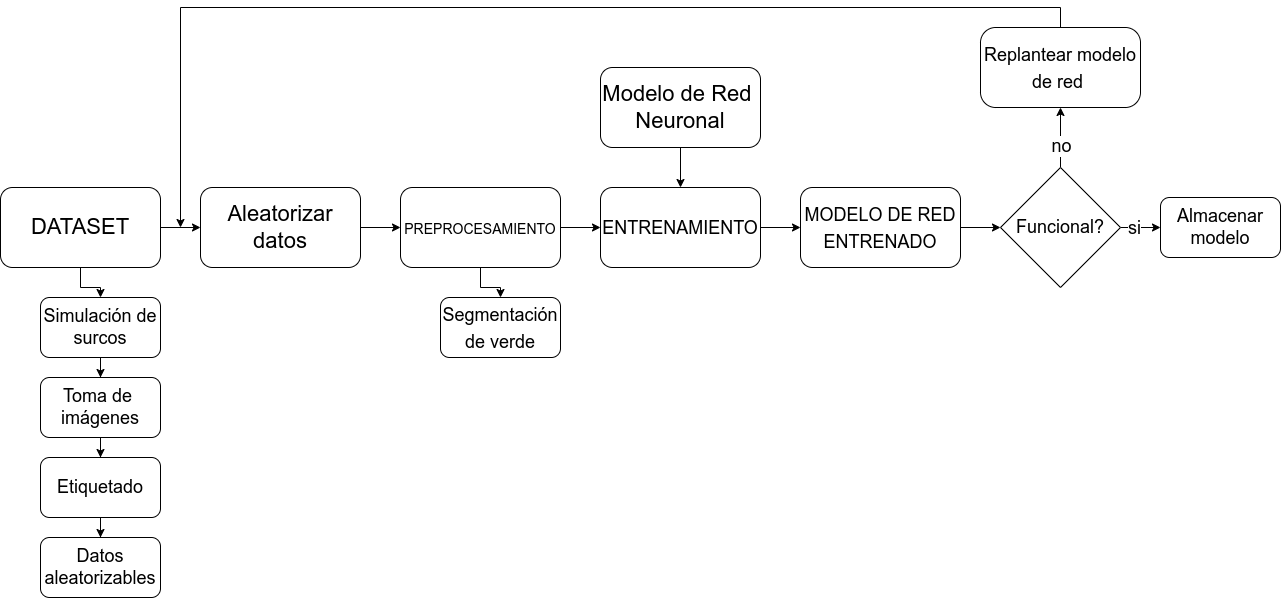
The draw.io diagram DOCUMENT/Untitled_Diagram.png in christiantorres29/DEMETER, before a commit. Source tidied: cells renumbered, new cells last; positions are measured from the earlier drawing's top-left corner, leaving out a move shared by most shapes.
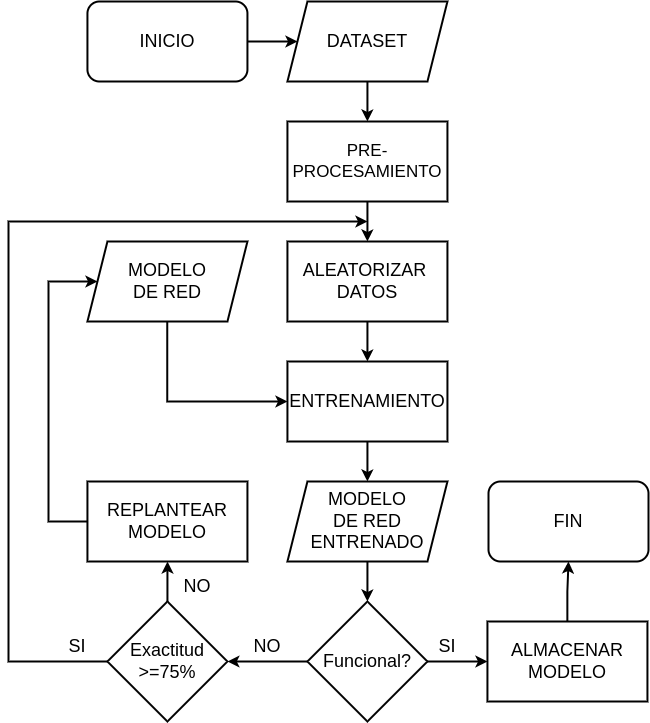
Above is the later version.

The edit, as a diff of the source:
```diff
@@ -2,101 +2,106 @@
   <root>
     <mxCell id="0" />
     <mxCell id="1" parent="0" />
-    <mxCell id="2" style="edgeStyle=orthogonalEdgeStyle;rounded=0;jettySize=auto;html=1;fontSize=18;" parent="1" edge="1" source="4" target="15">
-      <mxGeometry relative="1" as="geometry" />
-    </mxCell>
-    <mxCell id="3" style="edgeStyle=orthogonalEdgeStyle;rounded=0;jettySize=auto;html=1;fontSize=18;" parent="1" edge="1" source="4" target="31">
-      <mxGeometry relative="1" as="geometry" />
-    </mxCell>
+    <mxCell id="32" style="edgeStyle=orthogonalEdgeStyle;rounded=0;jettySize=auto;html=1;strokeWidth=2;fontSize=18;" parent="1" edge="1" source="33" target="4">
+      <mxGeometry relative="1" as="geometry" />
+    </mxCell>
+    <mxCell id="33" value="&lt;font style=&quot;font-size: 18px;&quot;&gt;INICIO&lt;/font&gt;" style="rounded=1;whiteSpace=wrap;html=1;strokeWidth=2;fontSize=18;" parent="1" vertex="1">
+      <mxGeometry x="358.9" y="220" width="160" height="80" as="geometry" />
+    </mxCell>
+    <mxCell id="34" style="edgeStyle=orthogonalEdgeStyle;rounded=0;jettySize=auto;html=1;strokeWidth=2;fontSize=18;" parent="1" edge="1" source="35" target="38">
+      <mxGeometry relative="1" as="geometry" />
+    </mxCell>
+    <mxCell id="35" value="&lt;font style=&quot;font-size: 17px;&quot;&gt;PRE-PROCESAMIENTO&lt;/font&gt;" style="rounded=0;whiteSpace=wrap;html=1;strokeWidth=2;fontSize=15;" parent="1" vertex="1">
+      <mxGeometry x="558.9" y="340" width="160" height="80" as="geometry" />
+    </mxCell>
+    <mxCell id="36" style="edgeStyle=orthogonalEdgeStyle;rounded=0;jettySize=auto;html=1;strokeWidth=2;fontSize=18;" parent="1" edge="1" source="4" target="35">
+      <mxGeometry relative="1" as="geometry" />
+    </mxCell>
-    <mxCell id="4" value="&lt;font style=&quot;font-size: 22px;&quot;&gt;DATASET&lt;/font&gt;" style="rounded=1;whiteSpace=wrap;html=1;" parent="1" vertex="1">
-      <mxGeometry y="180" width="160" height="80" as="geometry" />
+    <mxCell id="4" value="&lt;font style=&quot;font-size: 18px;&quot;&gt;DATASET&lt;/font&gt;" style="shape=parallelogram;perimeter=parallelogramPerimeter;whiteSpace=wrap;html=1;fixedSize=1;strokeWidth=2;fontSize=18;" parent="1" vertex="1">
+      <mxGeometry x="558.9" y="220" width="160" height="80" as="geometry" />
     </mxCell>
-    <mxCell id="5" style="edgeStyle=orthogonalEdgeStyle;rounded=0;jettySize=auto;html=1;fontSize=18;" parent="1" edge="1" source="7" target="11">
-      <mxGeometry relative="1" as="geometry" />
-    </mxCell>
-    <mxCell id="6" style="edgeStyle=orthogonalEdgeStyle;rounded=0;jettySize=auto;html=1;fontSize=18;" parent="1" edge="1" source="7" target="21">
-      <mxGeometry relative="1" as="geometry" />
-    </mxCell>
-    <mxCell id="7" value="&lt;font style=&quot;font-size: 14px;&quot;&gt;PREPROCESAMIENTO&lt;/font&gt;" style="rounded=1;whiteSpace=wrap;html=1;fontSize=22;fontStyle=0;" parent="1" vertex="1">
-      <mxGeometry x="400" y="180" width="160" height="80" as="geometry" />
-    </mxCell>
-    <mxCell id="8" style="edgeStyle=orthogonalEdgeStyle;rounded=0;jettySize=auto;html=1;fontSize=18;" parent="1" edge="1" source="9" target="11">
-      <mxGeometry relative="1" as="geometry" />
-    </mxCell>
-    <mxCell id="9" value="Modelo de Red&amp;nbsp;&lt;br&gt;Neuronal" style="rounded=1;whiteSpace=wrap;html=1;fontSize=22;fontStyle=0;" parent="1" vertex="1">
-      <mxGeometry x="600" y="60" width="160" height="80" as="geometry" />
-    </mxCell>
+    <mxCell id="37" style="edgeStyle=orthogonalEdgeStyle;rounded=0;jettySize=auto;html=1;strokeWidth=2;fontSize=18;" parent="1" edge="1" source="38" target="11">
+      <mxGeometry relative="1" as="geometry" />
+    </mxCell>
+    <mxCell id="38" value="&lt;font style=&quot;font-size: 18px;&quot;&gt;ALEATORIZAR&amp;nbsp;&lt;br style=&quot;font-size: 18px;&quot;&gt;DATOS&lt;br style=&quot;font-size: 18px;&quot;&gt;&lt;/font&gt;" style="rounded=0;whiteSpace=wrap;html=1;strokeWidth=2;fontSize=18;" parent="1" vertex="1">
+      <mxGeometry x="558.9" y="460" width="160" height="80" as="geometry" />
+    </mxCell>
-    <mxCell id="10" style="edgeStyle=orthogonalEdgeStyle;rounded=0;jettySize=auto;html=1;fontSize=18;" parent="1" edge="1" source="11" target="13">
+    <mxCell id="10" style="edgeStyle=orthogonalEdgeStyle;rounded=0;jettySize=auto;html=1;strokeWidth=2;fontSize=18;" parent="1" edge="1" source="11" target="13">
       <mxGeometry relative="1" as="geometry" />
     </mxCell>
-    <mxCell id="11" value="&lt;font style=&quot;font-size: 18px;&quot;&gt;ENTRENAMIENTO&lt;/font&gt;" style="rounded=1;whiteSpace=wrap;html=1;fontSize=22;fontStyle=0;" parent="1" vertex="1">
-      <mxGeometry x="600" y="180" width="160" height="80" as="geometry" />
+    <mxCell id="11" value="&lt;font style=&quot;font-size: 18px;&quot;&gt;ENTRENAMIENTO&lt;/font&gt;" style="whiteSpace=wrap;html=1;rounded=0;strokeWidth=2;fontSize=18;" parent="1" vertex="1">
+      <mxGeometry x="558.9" y="580" width="160" height="80" as="geometry" />
     </mxCell>
+    <mxCell id="39" style="edgeStyle=orthogonalEdgeStyle;rounded=0;jettySize=auto;html=1;entryX=0;entryY=0.5;entryDx=0;entryDy=0;strokeWidth=2;fontSize=18;" parent="1" edge="1" source="40" target="11">
+      <mxGeometry relative="1" as="geometry">
+        <Array as="points">
+          <mxPoint x="438.9" y="620" />
+        </Array>
+      </mxGeometry>
+    </mxCell>
+    <mxCell id="40" value="&lt;font style=&quot;font-size: 18px;&quot;&gt;MODELO&lt;br style=&quot;font-size: 18px;&quot;&gt;DE RED&lt;br style=&quot;font-size: 18px;&quot;&gt;&lt;/font&gt;" style="shape=parallelogram;perimeter=parallelogramPerimeter;whiteSpace=wrap;html=1;fixedSize=1;strokeWidth=2;fontSize=18;" parent="1" vertex="1">
+      <mxGeometry x="358.9" y="460" width="160" height="80" as="geometry" />
+    </mxCell>
-    <mxCell id="12" style="edgeStyle=orthogonalEdgeStyle;rounded=0;jettySize=auto;html=1;fontSize=18;" parent="1" edge="1" source="13" target="26">
+    <mxCell id="12" style="edgeStyle=orthogonalEdgeStyle;rounded=0;jettySize=auto;html=1;strokeWidth=2;fontSize=18;" parent="1" edge="1" source="13" target="26">
       <mxGeometry relative="1" as="geometry" />
     </mxCell>
-    <mxCell id="13" value="&lt;font style=&quot;font-size: 18px;&quot;&gt;MODELO DE RED&lt;br&gt;ENTRENADO&lt;br&gt;&lt;/font&gt;" style="rounded=1;whiteSpace=wrap;html=1;fontSize=22;fontStyle=0;" parent="1" vertex="1">
-      <mxGeometry x="800" y="180" width="160" height="80" as="geometry" />
+    <mxCell id="13" value="&lt;font style=&quot;font-size: 18px;&quot;&gt;MODELO&lt;br style=&quot;font-size: 18px;&quot;&gt;DE RED ENTRENADO&lt;br style=&quot;font-size: 18px;&quot;&gt;&lt;/font&gt;" style="shape=parallelogram;perimeter=parallelogramPerimeter;whiteSpace=wrap;html=1;fixedSize=1;strokeWidth=2;fontSize=18;" parent="1" vertex="1">
+      <mxGeometry x="558.9" y="700" width="160" height="80" as="geometry" />
     </mxCell>
-    <mxCell id="14" style="edgeStyle=orthogonalEdgeStyle;rounded=0;jettySize=auto;html=1;fontSize=18;" parent="1" edge="1" source="15" target="17">
-      <mxGeometry relative="1" as="geometry" />
-    </mxCell>
-    <mxCell id="15" value="Simulación de surcos" style="rounded=1;whiteSpace=wrap;html=1;fontSize=18;" parent="1" vertex="1">
-      <mxGeometry x="40" y="290" width="120" height="60" as="geometry" />
-    </mxCell>
-    <mxCell id="16" style="edgeStyle=orthogonalEdgeStyle;rounded=0;jettySize=auto;html=1;fontSize=18;" parent="1" edge="1" source="17" target="19">
-      <mxGeometry relative="1" as="geometry" />
-    </mxCell>
-    <mxCell id="17" value="Toma de&amp;nbsp;&lt;br&gt;imágenes" style="whiteSpace=wrap;html=1;fontSize=18;rounded=1;" parent="1" vertex="1">
-      <mxGeometry x="40" y="370" width="120" height="60" as="geometry" />
-    </mxCell>
-    <mxCell id="18" style="edgeStyle=orthogonalEdgeStyle;rounded=0;jettySize=auto;html=1;fontSize=18;" parent="1" edge="1" source="19" target="20">
-      <mxGeometry relative="1" as="geometry" />
-    </mxCell>
-    <mxCell id="19" value="Etiquetado" style="whiteSpace=wrap;html=1;fontSize=18;rounded=1;" parent="1" vertex="1">
-      <mxGeometry x="40" y="450" width="120" height="60" as="geometry" />
-    </mxCell>
-    <mxCell id="20" value="Datos aleatorizables" style="whiteSpace=wrap;html=1;fontSize=18;rounded=1;" parent="1" vertex="1">
-      <mxGeometry x="40" y="530" width="120" height="60" as="geometry" />
-    </mxCell>
-    <mxCell id="21" value="&lt;font style=&quot;font-size: 18px;&quot;&gt;Segmentación de verde&lt;/font&gt;" style="whiteSpace=wrap;html=1;fontSize=22;rounded=1;fontStyle=0;" parent="1" vertex="1">
-      <mxGeometry x="440" y="290" width="120" height="60" as="geometry" />
-    </mxCell>
-    <mxCell id="22" style="edgeStyle=orthogonalEdgeStyle;rounded=0;jettySize=auto;html=1;fontSize=18;" parent="1" edge="1" source="26" target="27">
-      <mxGeometry relative="1" as="geometry" />
-    </mxCell>
-    <mxCell id="23" value="si" style="edgeLabel;html=1;align=center;verticalAlign=middle;fontSize=18;" parent="22" vertex="1">
-      <mxGeometry x="-0.39" relative="1" as="geometry" />
-    </mxCell>
-    <mxCell id="24" style="edgeStyle=orthogonalEdgeStyle;rounded=0;jettySize=auto;html=1;fontSize=18;" parent="1" edge="1" source="26" target="29">
-      <mxGeometry relative="1" as="geometry" />
-    </mxCell>
-    <mxCell id="25" value="no" style="edgeLabel;html=1;align=center;verticalAlign=middle;fontSize=18;" parent="24" vertex="1">
-      <mxGeometry x="-0.27" relative="1" as="geometry" />
-    </mxCell>
+    <mxCell id="41" style="edgeStyle=orthogonalEdgeStyle;rounded=0;jettySize=auto;html=1;strokeWidth=2;fontSize=18;" parent="1" edge="1" source="26" target="44">
+      <mxGeometry relative="1" as="geometry" />
+    </mxCell>
+    <mxCell id="42" style="edgeStyle=orthogonalEdgeStyle;rounded=0;jettySize=auto;html=1;strokeWidth=2;fontSize=18;" parent="1" edge="1" source="26" target="48">
+      <mxGeometry relative="1" as="geometry" />
+    </mxCell>
-    <mxCell id="26" value="Funcional?" style="rhombus;whiteSpace=wrap;html=1;fontSize=18;" parent="1" vertex="1">
-      <mxGeometry x="1000" y="160" width="120" height="120" as="geometry" />
+    <mxCell id="26" value="Funcional?" style="rhombus;whiteSpace=wrap;html=1;fontSize=18;strokeWidth=2;" parent="1" vertex="1">
+      <mxGeometry x="578.9" y="820" width="120" height="120" as="geometry" />
     </mxCell>
-    <mxCell id="27" value="Almacenar modelo" style="rounded=1;whiteSpace=wrap;html=1;fontSize=18;" parent="1" vertex="1">
-      <mxGeometry x="1160" y="190" width="120" height="60" as="geometry" />
-    </mxCell>
-    <mxCell id="28" style="edgeStyle=orthogonalEdgeStyle;rounded=0;jettySize=auto;html=1;fontSize=18;" parent="1" edge="1" source="29">
-      <mxGeometry relative="1" as="geometry">
-        <mxPoint x="180" y="220" as="targetPoint" />
-        <Array as="points">
-          <mxPoint x="1060" />
-          <mxPoint x="180" />
-        </Array>
-      </mxGeometry>
-    </mxCell>
-    <mxCell id="29" value="&lt;font style=&quot;font-size: 18px;&quot;&gt;Replantear modelo de red&amp;nbsp;&lt;br&gt;&lt;/font&gt;" style="rounded=1;whiteSpace=wrap;html=1;fontSize=22;fontStyle=0;arcSize=19;" parent="1" vertex="1">
-      <mxGeometry x="980" y="20" width="160" height="80" as="geometry" />
-    </mxCell>
-    <mxCell id="30" style="edgeStyle=orthogonalEdgeStyle;rounded=0;jettySize=auto;html=1;fontSize=18;" parent="1" edge="1" source="31" target="7">
-      <mxGeometry relative="1" as="geometry" />
-    </mxCell>
-    <mxCell id="31" value="&lt;font style=&quot;font-size: 22px;&quot;&gt;Aleatorizar&lt;br&gt;datos&lt;br&gt;&lt;/font&gt;" style="rounded=1;whiteSpace=wrap;html=1;" parent="1" vertex="1">
-      <mxGeometry x="200" y="180" width="160" height="80" as="geometry" />
-    </mxCell>
+    <mxCell id="43" style="edgeStyle=orthogonalEdgeStyle;rounded=0;jettySize=auto;html=1;strokeWidth=2;fontSize=18;" parent="1" edge="1" source="44" target="54">
+      <mxGeometry relative="1" as="geometry" />
+    </mxCell>
+    <mxCell id="44" value="&lt;font style=&quot;font-size: 18px;&quot;&gt;ALMACENAR &lt;br style=&quot;font-size: 18px;&quot;&gt;MODELO&lt;br style=&quot;font-size: 18px;&quot;&gt;&lt;/font&gt;" style="rounded=0;whiteSpace=wrap;html=1;strokeWidth=2;fontSize=18;" parent="1" vertex="1">
+      <mxGeometry x="758.9" y="840" width="160" height="80" as="geometry" />
+    </mxCell>
+    <mxCell id="45" value="&lt;font style=&quot;font-size: 18px;&quot;&gt;SI&lt;/font&gt;" style="text;html=1;strokeColor=none;fillColor=none;align=center;verticalAlign=middle;whiteSpace=wrap;rounded=0;strokeWidth=2;fontSize=18;" parent="1" vertex="1">
+      <mxGeometry x="688.9" y="850" width="60" height="30" as="geometry" />
+    </mxCell>
+    <mxCell id="46" style="edgeStyle=orthogonalEdgeStyle;rounded=0;jettySize=auto;html=1;strokeWidth=2;fontSize=18;" parent="1" edge="1" source="48" target="50">
+      <mxGeometry relative="1" as="geometry" />
+    </mxCell>
+    <mxCell id="47" style="edgeStyle=orthogonalEdgeStyle;rounded=0;jettySize=auto;html=1;strokeWidth=2;fontSize=18;" parent="1" edge="1" source="48">
+      <mxGeometry relative="1" as="geometry">
+        <mxPoint x="638.9" y="440" as="targetPoint" />
+        <Array as="points">
+          <mxPoint x="279.9" y="880" />
+        </Array>
+      </mxGeometry>
+    </mxCell>
+    <mxCell id="48" value="Exactitud&lt;br style=&quot;font-size: 18px;&quot;&gt;&amp;gt;=75%" style="rhombus;whiteSpace=wrap;html=1;fontSize=18;strokeWidth=2;" parent="1" vertex="1">
+      <mxGeometry x="378.9" y="820" width="120" height="120" as="geometry" />
+    </mxCell>
+    <mxCell id="49" style="edgeStyle=orthogonalEdgeStyle;rounded=0;jettySize=auto;html=1;entryX=0;entryY=0.5;entryDx=0;entryDy=0;strokeWidth=2;fontSize=18;" parent="1" edge="1" source="50" target="40">
+      <mxGeometry relative="1" as="geometry">
+        <Array as="points">
+          <mxPoint x="319.9" y="740" />
+          <mxPoint x="319.9" y="500" />
+        </Array>
+      </mxGeometry>
+    </mxCell>
+    <mxCell id="50" value="&lt;span style=&quot;font-size: 18px;&quot;&gt;REPLANTEAR MODELO&lt;/span&gt;" style="whiteSpace=wrap;html=1;rounded=0;strokeWidth=2;fontSize=18;" parent="1" vertex="1">
+      <mxGeometry x="358.9" y="700" width="160" height="80" as="geometry" />
+    </mxCell>
+    <mxCell id="51" value="&lt;font style=&quot;font-size: 18px;&quot;&gt;NO&lt;/font&gt;" style="text;html=1;strokeColor=none;fillColor=none;align=center;verticalAlign=middle;whiteSpace=wrap;rounded=0;strokeWidth=2;fontSize=18;" parent="1" vertex="1">
+      <mxGeometry x="508.9" y="850" width="60" height="30" as="geometry" />
+    </mxCell>
+    <mxCell id="52" value="&lt;font style=&quot;font-size: 18px;&quot;&gt;SI&lt;/font&gt;" style="text;html=1;strokeColor=none;fillColor=none;align=center;verticalAlign=middle;whiteSpace=wrap;rounded=0;strokeWidth=2;fontSize=18;" parent="1" vertex="1">
+      <mxGeometry x="318.9" y="850" width="60" height="30" as="geometry" />
+    </mxCell>
+    <mxCell id="53" value="&lt;font style=&quot;font-size: 18px;&quot;&gt;NO&lt;/font&gt;" style="text;html=1;strokeColor=none;fillColor=none;align=center;verticalAlign=middle;whiteSpace=wrap;rounded=0;strokeWidth=2;fontSize=18;" parent="1" vertex="1">
+      <mxGeometry x="438.9" y="790" width="60" height="30" as="geometry" />
+    </mxCell>
+    <mxCell id="54" value="&lt;font style=&quot;font-size: 18px;&quot;&gt;FIN&lt;/font&gt;" style="rounded=1;whiteSpace=wrap;html=1;strokeWidth=2;fontSize=18;" parent="1" vertex="1">
+      <mxGeometry x="760" y="700" width="160" height="80" as="geometry" />
+    </mxCell>
   </root>
 </mxGraphModel>
```
